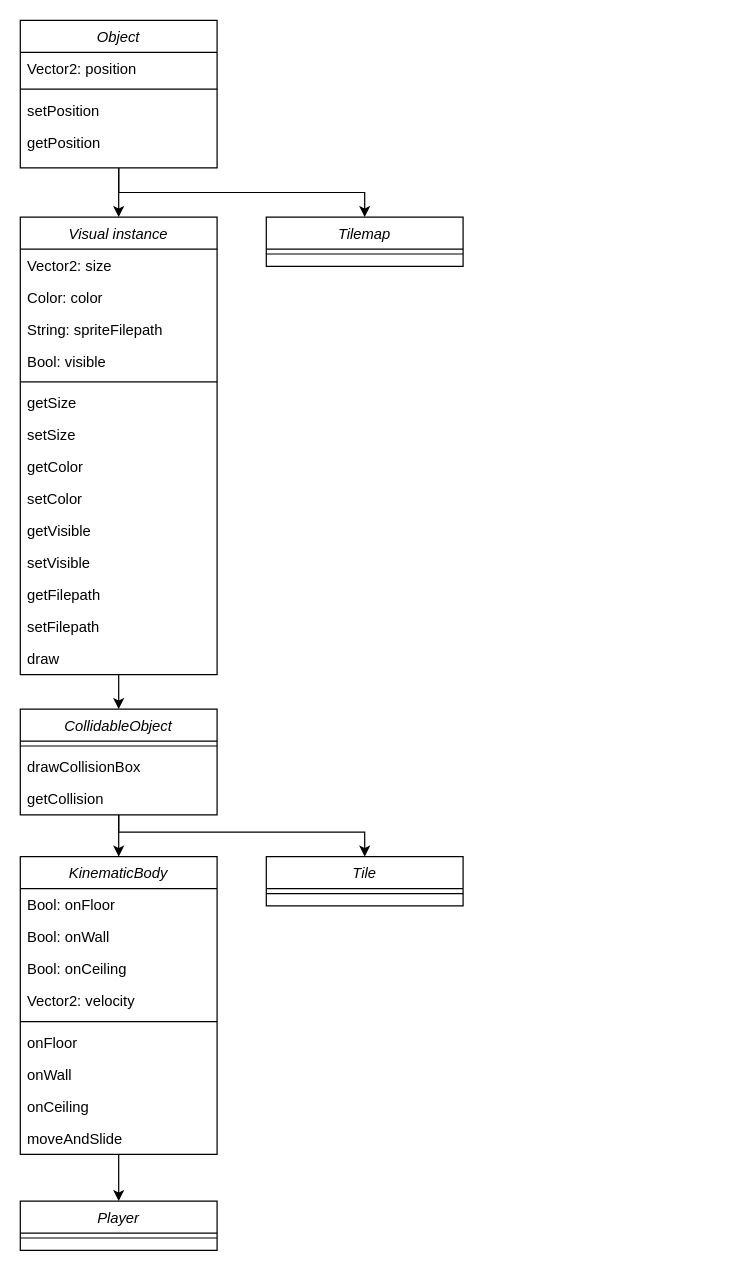
LeonStansfield/merlin keeps this draw.io diagram as Merlin-structure.drawio. Above is the earlier version. Source tidied: cells renumbered, new cells numbered last; positions are measured from the earlier drawing's top-left corner, leaving out a move shared by most shapes. Both pictures are drawn from the tidied source at 123%, with x=0, y=0 at pixel (20, 20).
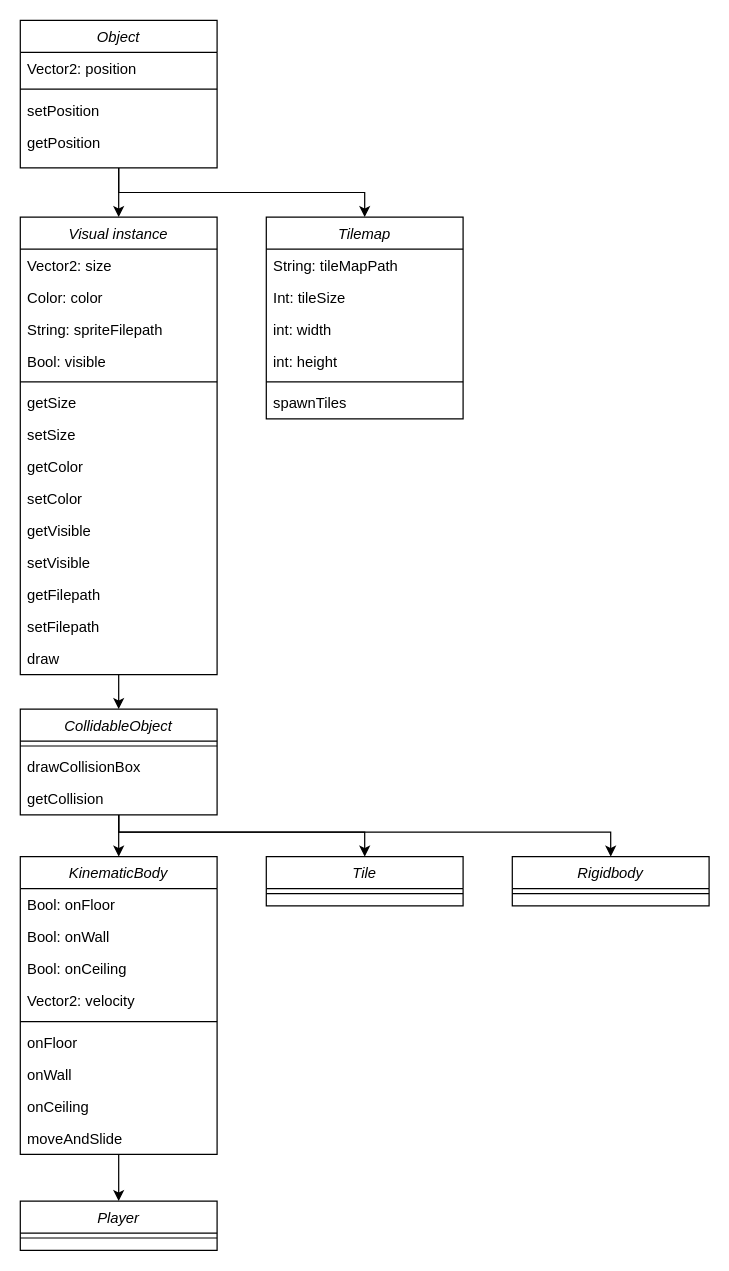
The same diagram, later.

The change refers to these unchanged cells:
```xml
<mxCell id="29" value="getCollision" style="text;align=left;verticalAlign=top;spacingLeft=4;spacingRight=4;overflow=hidden;points=[[0,0.5],[1,0.5]];portConstraint=eastwest;" parent="26" vertex="1">
  <mxGeometry y="60" width="160" height="26" as="geometry" />
</mxCell>
```

The edit, as a diff of the source:
```diff
@@
     <mxCell id="44" value="Tilemap" style="swimlane;fontStyle=2;align=center;verticalAlign=top;horizontal=1;startSize=26;rounded=0;shadow=0;strokeWidth=1;" parent="1" vertex="1">
-      <mxGeometry x="200" y="160" width="160" height="40" as="geometry" />
+      <mxGeometry x="200" y="160" width="160" height="164" as="geometry" />
     </mxCell>
+    <mxCell id="49" value="String: tileMapPath" style="text;align=left;verticalAlign=top;spacingLeft=4;spacingRight=4;overflow=hidden;" parent="44" vertex="1">
+      <mxGeometry y="26" width="160" height="26" as="geometry" />
+    </mxCell>
+    <mxCell id="50" value="Int: tileSize" style="text;align=left;verticalAlign=top;spacingLeft=4;spacingRight=4;overflow=hidden;" parent="44" vertex="1">
+      <mxGeometry y="52" width="160" height="26" as="geometry" />
+    </mxCell>
+    <mxCell id="51" value="int: width" style="text;align=left;verticalAlign=top;spacingLeft=4;spacingRight=4;overflow=hidden;" parent="44" vertex="1">
+      <mxGeometry y="78" width="160" height="26" as="geometry" />
+    </mxCell>
+    <mxCell id="52" value="int: height" style="text;align=left;verticalAlign=top;spacingLeft=4;spacingRight=4;overflow=hidden;" parent="44" vertex="1">
+      <mxGeometry y="104" width="160" height="26" as="geometry" />
+    </mxCell>
     <mxCell id="45" style="line;html=1;strokeWidth=1;align=left;verticalAlign=middle;spacingTop=-1;spacingLeft=3;spacingRight=3;labelPosition=right;" parent="44" vertex="1">
-      <mxGeometry y="26" width="160" height="8" as="geometry" />
+      <mxGeometry y="130" width="160" height="8" as="geometry" />
     </mxCell>
+    <mxCell id="53" value="spawnTiles" style="text;align=left;verticalAlign=top;spacingLeft=4;spacingRight=4;overflow=hidden;" parent="44" vertex="1">
+      <mxGeometry y="138" width="160" height="26" as="geometry" />
+    </mxCell>
@@
+    <mxCell id="54" value="Rigidbody" style="swimlane;fontStyle=2;align=center;verticalAlign=top;horizontal=1;startSize=26;rounded=0;shadow=0;strokeWidth=1;" parent="1" vertex="1">
+      <mxGeometry x="400" y="680" width="160" height="40" as="geometry" />
+    </mxCell>
+    <mxCell id="55" style="line;html=1;strokeWidth=1;align=left;verticalAlign=middle;spacingTop=-1;spacingLeft=3;spacingRight=3;labelPosition=right;" parent="54" vertex="1">
+      <mxGeometry y="26" width="160" height="8" as="geometry" />
+    </mxCell>
+    <mxCell id="56" style="edgeStyle=orthogonalEdgeStyle;rounded=0;jettySize=auto;html=1;entryX=0.5;entryY=0;entryDx=0;entryDy=0;" parent="1" edge="1" source="29" target="54">
+      <mxGeometry relative="1" as="geometry">
+        <Array as="points">
+          <mxPoint x="80" y="660" />
+          <mxPoint x="480" y="660" />
+        </Array>
+      </mxGeometry>
+    </mxCell>
```
